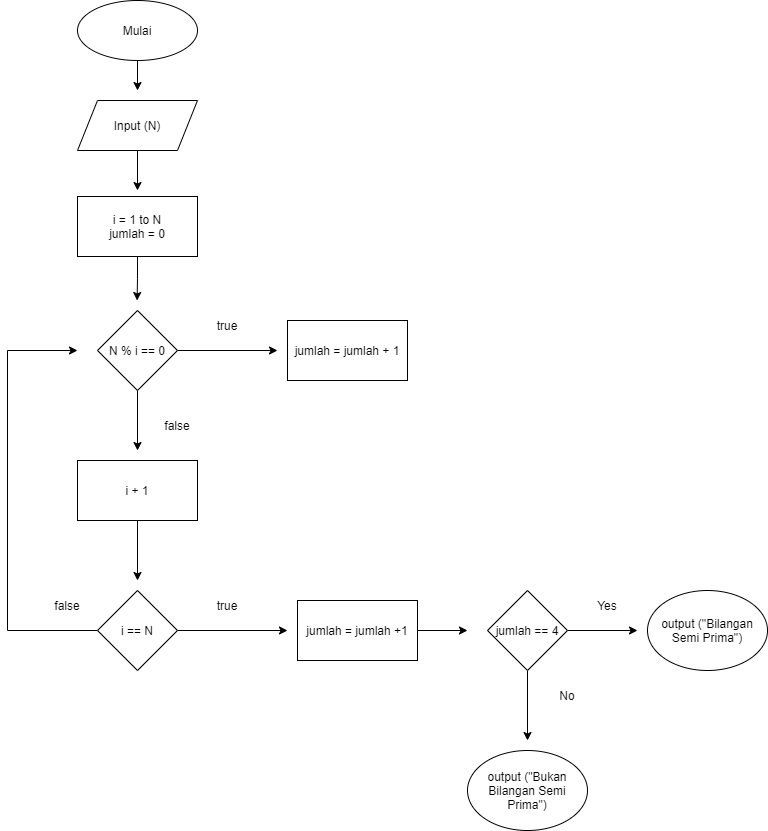
Above: problem1.png in fe2-alta-IsnainiFalihaAgustin/alta-basic-progamming-part1 (draw.io), before the change. Source tidied: cells renumbered, new cells last; positions are measured from the earlier drawing's top-left corner, leaving out a move shared by most shapes.
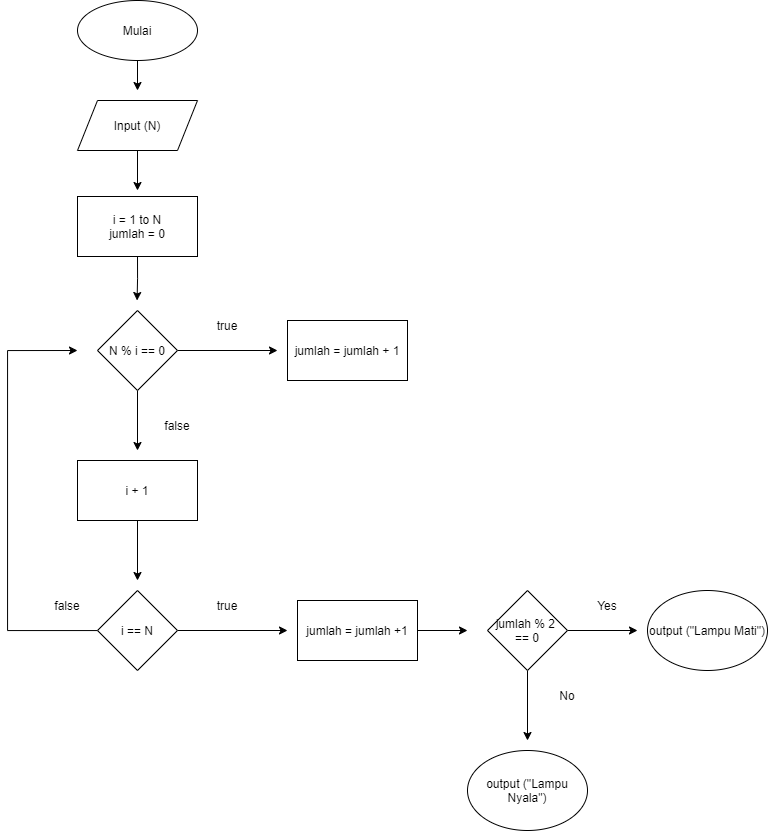
The same file after the commit.

The edit, as a diff of the source:
```diff
@@ -82,13 +82,13 @@
     <mxCell id="20" style="edgeStyle=orthogonalEdgeStyle;rounded=0;jettySize=auto;html=1;entryX=0.5;entryY=-0.125;entryDx=0;entryDy=0;entryPerimeter=0;" parent="1" edge="1" source="21" target="23">
       <mxGeometry relative="1" as="geometry" />
     </mxCell>
-    <mxCell id="21" value="jumlah == 4" style="rhombus;whiteSpace=wrap;html=1;" parent="1" vertex="1">
+    <mxCell id="21" value="jumlah % 2 &lt;br&gt;== 0" style="rhombus;whiteSpace=wrap;html=1;" parent="1" vertex="1">
       <mxGeometry x="480" y="590" width="80" height="80" as="geometry" />
     </mxCell>
-    <mxCell id="22" value="output (&quot;Bilangan Semi Prima&quot;)" style="ellipse;whiteSpace=wrap;html=1;" parent="1" vertex="1">
+    <mxCell id="22" value="output (&quot;Lampu Mati&quot;)" style="ellipse;whiteSpace=wrap;html=1;" parent="1" vertex="1">
       <mxGeometry x="640" y="590" width="120" height="80" as="geometry" />
     </mxCell>
-    <mxCell id="23" value="output (&quot;Bukan Bilangan Semi Prima&quot;)" style="ellipse;whiteSpace=wrap;html=1;" parent="1" vertex="1">
+    <mxCell id="23" value="output (&quot;Lampu Nyala&quot;)" style="ellipse;whiteSpace=wrap;html=1;" parent="1" vertex="1">
       <mxGeometry x="460" y="750" width="120" height="80" as="geometry" />
     </mxCell>
     <mxCell id="24" value="true" style="text;html=1;strokeColor=none;fillColor=none;align=center;verticalAlign=middle;whiteSpace=wrap;rounded=0;" parent="1" vertex="1">
```
